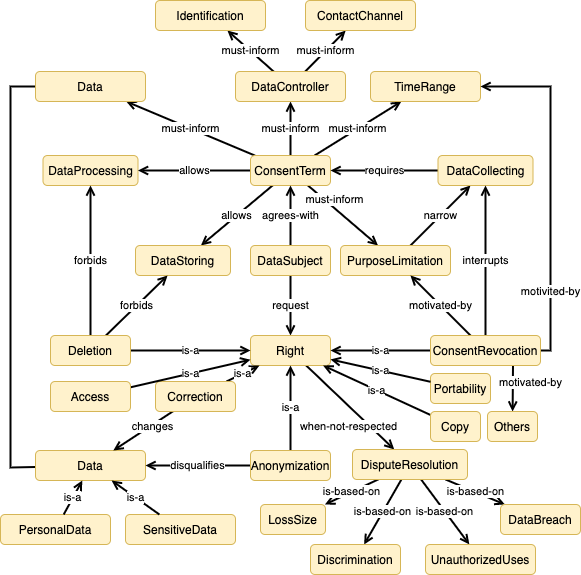
Before: img/LGPD_Ontology_Relationships.png, a diagram exported from draw.io (phalves/GoDReP). Source tidied: cells renumbered, new cells last; positions are measured from the earlier drawing's top-left corner, leaving out a move shared by most shapes. Source of this version:
```xml
<mxGraphModel background="#ffffff">
  <root>
    <mxCell id="0" />
    <mxCell id="1" parent="0" />
    <mxCell id="2" value="DataProcessing" style="rounded=1;whiteSpace=wrap;html=1;fillColor=#fff2cc;strokeColor=#d6b656;" parent="1" vertex="1">
      <mxGeometry x="42.5" y="155" width="95" height="30" as="geometry" />
    </mxCell>
    <mxCell id="3" value="must-inform" style="edgeStyle=none;rounded=0;jettySize=auto;html=1;endArrow=open;endFill=0;strokeWidth=2;" parent="1" edge="1" source="9" target="11">
      <mxGeometry x="-0.37" y="7" relative="1" as="geometry" />
    </mxCell>
    <mxCell id="4" value="must-inform" style="edgeStyle=none;rounded=0;jettySize=auto;html=1;endArrow=open;endFill=0;strokeWidth=2;" parent="1" edge="1" source="9" target="12">
      <mxGeometry relative="1" as="geometry" />
    </mxCell>
    <mxCell id="5" value="must-inform" style="edgeStyle=none;rounded=0;jettySize=auto;html=1;endArrow=open;endFill=0;strokeWidth=2;" parent="1" edge="1" source="9" target="15">
      <mxGeometry relative="1" as="geometry" />
    </mxCell>
    <mxCell id="6" value="must-inform" style="edgeStyle=none;rounded=0;jettySize=auto;html=1;endArrow=open;endFill=0;strokeWidth=2;" parent="1" edge="1" source="9" target="17">
      <mxGeometry relative="1" as="geometry" />
    </mxCell>
    <mxCell id="7" value="allows" style="edgeStyle=none;rounded=0;jettySize=auto;html=1;endArrow=open;endFill=0;strokeWidth=2;" parent="1" edge="1" source="9" target="2">
      <mxGeometry relative="1" as="geometry" />
    </mxCell>
    <mxCell id="8" value="allows" style="edgeStyle=none;rounded=0;jettySize=auto;html=1;endArrow=open;endFill=0;strokeWidth=2;" parent="1" edge="1" source="9" target="29">
      <mxGeometry relative="1" as="geometry" />
    </mxCell>
    <mxCell id="9" value="ConsentTerm" style="rounded=1;whiteSpace=wrap;html=1;fillColor=#fff2cc;strokeColor=#d6b656;" parent="1" vertex="1">
      <mxGeometry x="250" y="155" width="80" height="30" as="geometry" />
    </mxCell>
    <mxCell id="10" value="narrow" style="edgeStyle=none;rounded=0;jettySize=auto;html=1;endArrow=open;endFill=0;strokeWidth=2;" parent="1" edge="1" source="11" target="28">
      <mxGeometry relative="1" as="geometry" />
    </mxCell>
    <mxCell id="11" value="PurposeLimitation" style="rounded=1;whiteSpace=wrap;html=1;fillColor=#fff2cc;strokeColor=#d6b656;" parent="1" vertex="1">
      <mxGeometry x="340" y="245" width="110" height="30" as="geometry" />
    </mxCell>
    <mxCell id="12" value="TimeRange" style="rounded=1;whiteSpace=wrap;html=1;fillColor=#fff2cc;strokeColor=#d6b656;" parent="1" vertex="1">
      <mxGeometry x="370" y="71" width="110" height="30" as="geometry" />
    </mxCell>
    <mxCell id="13" value="must-inform" style="edgeStyle=none;rounded=0;jettySize=auto;html=1;endArrow=open;endFill=0;strokeWidth=2;" parent="1" edge="1" source="15" target="19">
      <mxGeometry relative="1" as="geometry" />
    </mxCell>
    <mxCell id="14" value="must-inform" style="edgeStyle=none;rounded=0;jettySize=auto;html=1;endArrow=open;endFill=0;strokeWidth=2;" parent="1" edge="1" source="15" target="20">
      <mxGeometry relative="1" as="geometry" />
    </mxCell>
    <mxCell id="15" value="DataController" style="rounded=1;whiteSpace=wrap;html=1;fillColor=#fff2cc;strokeColor=#d6b656;" parent="1" vertex="1">
      <mxGeometry x="235" y="71" width="110" height="30" as="geometry" />
    </mxCell>
    <mxCell id="16" style="edgeStyle=none;rounded=0;jettySize=auto;html=1;endArrow=none;endFill=0;strokeWidth=2;" parent="1" edge="1" source="17" target="21">
      <mxGeometry relative="1" as="geometry">
        <Array as="points">
          <mxPoint x="10" y="86" />
          <mxPoint x="10" y="467" />
        </Array>
      </mxGeometry>
    </mxCell>
    <mxCell id="17" value="Data" style="rounded=1;whiteSpace=wrap;html=1;fillColor=#fff2cc;strokeColor=#d6b656;" parent="1" vertex="1">
      <mxGeometry x="35" y="71" width="110" height="30" as="geometry" />
    </mxCell>
    <mxCell id="18" style="edgeStyle=none;rounded=0;orthogonalLoop=1;jettySize=auto;html=1;exitX=0.5;exitY=1;exitDx=0;exitDy=0;endArrow=open;endFill=0;strokeWidth=2;" parent="1" edge="1" source="17" target="17">
      <mxGeometry relative="1" as="geometry" />
    </mxCell>
    <mxCell id="19" value="Identification" style="rounded=1;whiteSpace=wrap;html=1;fillColor=#fff2cc;strokeColor=#d6b656;" parent="1" vertex="1">
      <mxGeometry x="155" width="110" height="30" as="geometry" />
    </mxCell>
    <mxCell id="20" value="ContactChannel" style="rounded=1;whiteSpace=wrap;html=1;fillColor=#fff2cc;strokeColor=#d6b656;" parent="1" vertex="1">
      <mxGeometry x="305" width="110" height="30" as="geometry" />
    </mxCell>
    <mxCell id="21" value="Data" style="rounded=1;whiteSpace=wrap;html=1;fillColor=#fff2cc;strokeColor=#d6b656;" parent="1" vertex="1">
      <mxGeometry x="35" y="450" width="110" height="30" as="geometry" />
    </mxCell>
    <mxCell id="22" value="request" style="edgeStyle=none;rounded=0;jettySize=auto;html=1;endArrow=open;endFill=0;strokeWidth=2;" parent="1" edge="1" source="24" target="26">
      <mxGeometry relative="1" as="geometry" />
    </mxCell>
    <mxCell id="23" value="agrees-with" style="edgeStyle=none;rounded=0;jettySize=auto;html=1;endArrow=open;endFill=0;strokeWidth=2;" parent="1" edge="1" source="24" target="9">
      <mxGeometry relative="1" as="geometry" />
    </mxCell>
    <mxCell id="24" value="DataSubject" style="rounded=1;whiteSpace=wrap;html=1;fillColor=#fff2cc;strokeColor=#d6b656;" parent="1" vertex="1">
      <mxGeometry x="250" y="245" width="80" height="30" as="geometry" />
    </mxCell>
    <mxCell id="25" value="when-not-respected" style="edgeStyle=none;rounded=0;jettySize=auto;html=1;endArrow=open;endFill=0;strokeWidth=2;" parent="1" edge="1" source="26" target="51">
      <mxGeometry x="0.2" y="-15" relative="1" as="geometry" />
    </mxCell>
    <mxCell id="26" value="Right" style="rounded=1;whiteSpace=wrap;html=1;fillColor=#fff2cc;strokeColor=#d6b656;" parent="1" vertex="1">
      <mxGeometry x="250" y="335" width="80" height="30" as="geometry" />
    </mxCell>
    <mxCell id="27" value="requires" style="edgeStyle=none;rounded=0;jettySize=auto;html=1;endArrow=open;endFill=0;strokeWidth=2;" parent="1" edge="1" source="28" target="9">
      <mxGeometry relative="1" as="geometry" />
    </mxCell>
    <mxCell id="28" value="DataCollecting" style="rounded=1;whiteSpace=wrap;html=1;fillColor=#fff2cc;strokeColor=#d6b656;" parent="1" vertex="1">
      <mxGeometry x="437.5" y="155" width="95" height="30" as="geometry" />
    </mxCell>
    <mxCell id="29" value="DataStoring" style="rounded=1;whiteSpace=wrap;html=1;fillColor=#fff2cc;strokeColor=#d6b656;" parent="1" vertex="1">
      <mxGeometry x="135" y="245" width="95" height="30" as="geometry" />
    </mxCell>
    <mxCell id="30" value="is-a" style="edgeStyle=none;rounded=0;jettySize=auto;html=1;endArrow=open;endFill=0;strokeWidth=2;" parent="1" edge="1" source="35" target="26">
      <mxGeometry relative="1" as="geometry" />
    </mxCell>
    <mxCell id="31" value="interrupts" style="edgeStyle=none;rounded=0;jettySize=auto;html=1;endArrow=open;endFill=0;strokeWidth=2;" parent="1" edge="1" source="35" target="28">
      <mxGeometry relative="1" as="geometry" />
    </mxCell>
    <mxCell id="32" value="motivated-by" style="edgeStyle=none;rounded=0;jettySize=auto;html=1;endArrow=open;endFill=0;strokeWidth=2;" parent="1" edge="1" source="35" target="11">
      <mxGeometry relative="1" as="geometry" />
    </mxCell>
    <mxCell id="33" value="motivited-by" style="edgeStyle=none;rounded=0;jettySize=auto;html=1;endArrow=open;endFill=0;strokeWidth=2;" parent="1" edge="1" source="35" target="12">
      <mxGeometry x="-0.6" relative="1" as="geometry">
        <Array as="points">
          <mxPoint x="550" y="350" />
          <mxPoint x="550" y="86" />
        </Array>
      </mxGeometry>
    </mxCell>
    <mxCell id="34" value="motivated-by" style="edgeStyle=none;rounded=0;jettySize=auto;html=1;endArrow=open;endFill=0;strokeWidth=2;exitX=0.75;exitY=1;exitDx=0;exitDy=0;" parent="1" edge="1" source="35" target="60">
      <mxGeometry x="-0.26" y="18" relative="1" as="geometry" />
    </mxCell>
    <mxCell id="35" value="ConsentRevocation" style="rounded=1;whiteSpace=wrap;html=1;fillColor=#fff2cc;strokeColor=#d6b656;" parent="1" vertex="1">
      <mxGeometry x="430" y="335" width="110" height="30" as="geometry" />
    </mxCell>
    <mxCell id="36" value="disqualifies" style="edgeStyle=none;rounded=0;jettySize=auto;html=1;endArrow=open;endFill=0;strokeWidth=2;" parent="1" edge="1" source="38" target="21">
      <mxGeometry relative="1" as="geometry" />
    </mxCell>
    <mxCell id="37" value="is-a" style="edgeStyle=none;rounded=0;jettySize=auto;html=1;endArrow=open;endFill=0;strokeWidth=2;" parent="1" edge="1" source="38" target="26">
      <mxGeometry relative="1" as="geometry" />
    </mxCell>
    <mxCell id="38" value="Anonymization" style="rounded=1;whiteSpace=wrap;html=1;fillColor=#fff2cc;strokeColor=#d6b656;" parent="1" vertex="1">
      <mxGeometry x="250" y="450" width="80" height="30" as="geometry" />
    </mxCell>
    <mxCell id="39" value="is-a" style="edgeStyle=none;rounded=0;jettySize=auto;html=1;endArrow=open;endFill=0;strokeWidth=2;" parent="1" edge="1" source="41" target="26">
      <mxGeometry relative="1" as="geometry" />
    </mxCell>
    <mxCell id="40" value="changes" style="edgeStyle=none;rounded=0;jettySize=auto;html=1;endArrow=open;endFill=0;strokeWidth=2;" parent="1" edge="1" source="41" target="21">
      <mxGeometry x="-0.29" y="2" relative="1" as="geometry" />
    </mxCell>
    <mxCell id="41" value="Correction" style="rounded=1;whiteSpace=wrap;html=1;fillColor=#fff2cc;strokeColor=#d6b656;" parent="1" vertex="1">
      <mxGeometry x="155" y="381" width="80" height="30" as="geometry" />
    </mxCell>
    <mxCell id="42" value="is-a" style="edgeStyle=none;rounded=0;jettySize=auto;html=1;endArrow=open;endFill=0;strokeWidth=2;" parent="1" edge="1" source="45" target="26">
      <mxGeometry relative="1" as="geometry" />
    </mxCell>
    <mxCell id="43" value="forbids" style="edgeStyle=none;rounded=0;jettySize=auto;html=1;endArrow=open;endFill=0;strokeWidth=2;" parent="1" edge="1" source="45" target="29">
      <mxGeometry relative="1" as="geometry" />
    </mxCell>
    <mxCell id="44" value="forbids" style="edgeStyle=none;rounded=0;jettySize=auto;html=1;endArrow=open;endFill=0;strokeWidth=2;" parent="1" edge="1" source="45" target="2">
      <mxGeometry relative="1" as="geometry" />
    </mxCell>
    <mxCell id="45" value="Deletion" style="rounded=1;whiteSpace=wrap;html=1;fillColor=#fff2cc;strokeColor=#d6b656;" parent="1" vertex="1">
      <mxGeometry x="50" y="335" width="80" height="30" as="geometry" />
    </mxCell>
    <mxCell id="46" style="edgeStyle=none;rounded=0;orthogonalLoop=1;jettySize=auto;html=1;exitX=0.5;exitY=0;exitDx=0;exitDy=0;endArrow=open;endFill=0;strokeWidth=2;" parent="1" edge="1" source="38" target="38">
      <mxGeometry relative="1" as="geometry" />
    </mxCell>
    <mxCell id="47" value="is-based-on" style="edgeStyle=none;rounded=0;jettySize=auto;html=1;endArrow=open;endFill=0;strokeWidth=2;" parent="1" edge="1" source="51" target="52">
      <mxGeometry relative="1" as="geometry" />
    </mxCell>
    <mxCell id="48" value="is-based-on" style="edgeStyle=none;rounded=0;jettySize=auto;html=1;endArrow=open;endFill=0;strokeWidth=2;" parent="1" edge="1" source="51" target="53">
      <mxGeometry relative="1" as="geometry" />
    </mxCell>
    <mxCell id="49" value="is-based-on" style="edgeStyle=none;rounded=0;jettySize=auto;html=1;endArrow=open;endFill=0;strokeWidth=2;" parent="1" edge="1" source="51" target="54">
      <mxGeometry relative="1" as="geometry" />
    </mxCell>
    <mxCell id="50" value="is-based-on" style="edgeStyle=none;rounded=0;jettySize=auto;html=1;endArrow=open;endFill=0;strokeWidth=2;" parent="1" edge="1" source="51" target="55">
      <mxGeometry relative="1" as="geometry" />
    </mxCell>
    <mxCell id="51" value="DisputeResolution" style="rounded=1;whiteSpace=wrap;html=1;fillColor=#fff2cc;strokeColor=#d6b656;" parent="1" vertex="1">
      <mxGeometry x="352" y="449" width="115" height="30" as="geometry" />
    </mxCell>
    <mxCell id="52" value="LossSize" style="rounded=1;whiteSpace=wrap;html=1;fillColor=#fff2cc;strokeColor=#d6b656;" parent="1" vertex="1">
      <mxGeometry x="260" y="504" width="65" height="30" as="geometry" />
    </mxCell>
    <mxCell id="53" value="Discrimination" style="rounded=1;whiteSpace=wrap;html=1;fillColor=#fff2cc;strokeColor=#d6b656;" parent="1" vertex="1">
      <mxGeometry x="310" y="544" width="90" height="30" as="geometry" />
    </mxCell>
    <mxCell id="54" value="UnauthorizedUses" style="rounded=1;whiteSpace=wrap;html=1;fillColor=#fff2cc;strokeColor=#d6b656;" parent="1" vertex="1">
      <mxGeometry x="425" y="544" width="110" height="30" as="geometry" />
    </mxCell>
    <mxCell id="55" value="DataBreach" style="rounded=1;whiteSpace=wrap;html=1;fillColor=#fff2cc;strokeColor=#d6b656;" parent="1" vertex="1">
      <mxGeometry x="500" y="504" width="80" height="30" as="geometry" />
    </mxCell>
    <mxCell id="56" value="is-a" style="edgeStyle=none;rounded=0;jettySize=auto;html=1;endArrow=open;endFill=0;strokeWidth=2;" parent="1" edge="1" source="57" target="26">
      <mxGeometry relative="1" as="geometry" />
    </mxCell>
    <mxCell id="57" value="Access" style="rounded=1;whiteSpace=wrap;html=1;fillColor=#fff2cc;strokeColor=#d6b656;" parent="1" vertex="1">
      <mxGeometry x="50" y="381" width="80" height="30" as="geometry" />
    </mxCell>
    <mxCell id="58" value="is-a" style="edgeStyle=none;rounded=0;jettySize=auto;html=1;endArrow=open;endFill=0;strokeWidth=2;" parent="1" edge="1" source="59" target="26">
      <mxGeometry relative="1" as="geometry" />
    </mxCell>
    <mxCell id="59" value="Copy" style="rounded=1;whiteSpace=wrap;html=1;fillColor=#fff2cc;strokeColor=#d6b656;" parent="1" vertex="1">
      <mxGeometry x="430" y="411" width="50" height="30" as="geometry" />
    </mxCell>
    <mxCell id="60" value="Others" style="rounded=1;whiteSpace=wrap;html=1;fillColor=#fff2cc;strokeColor=#d6b656;" parent="1" vertex="1">
      <mxGeometry x="487" y="411" width="50" height="30" as="geometry" />
    </mxCell>
    <mxCell id="61" value="PersonalData" style="rounded=1;whiteSpace=wrap;html=1;fillColor=#fff2cc;strokeColor=#d6b656;" parent="1" vertex="1">
      <mxGeometry y="514" width="110" height="30" as="geometry" />
    </mxCell>
    <mxCell id="62" value="SensitiveData" style="rounded=1;whiteSpace=wrap;html=1;fillColor=#fff2cc;strokeColor=#d6b656;" parent="1" vertex="1">
      <mxGeometry x="125" y="514" width="110" height="30" as="geometry" />
    </mxCell>
    <mxCell id="63" value="is-a" style="edgeStyle=none;rounded=0;jettySize=auto;html=1;endArrow=open;endFill=0;strokeWidth=2;" parent="1" edge="1" source="61" target="21">
      <mxGeometry relative="1" as="geometry" />
    </mxCell>
    <mxCell id="64" value="is-a" style="edgeStyle=none;rounded=0;jettySize=auto;html=1;endArrow=open;endFill=0;strokeWidth=2;" parent="1" edge="1" source="62" target="21">
      <mxGeometry relative="1" as="geometry" />
    </mxCell>
    <mxCell id="65" value="Portability" style="rounded=1;whiteSpace=wrap;html=1;fillColor=#fff2cc;strokeColor=#d6b656;" parent="1" vertex="1">
      <mxGeometry x="430" y="373" width="60" height="30" as="geometry" />
    </mxCell>
    <mxCell id="66" value="is-a" style="edgeStyle=none;rounded=0;jettySize=auto;html=1;endArrow=open;endFill=0;strokeWidth=2;" parent="1" edge="1" source="65" target="26">
      <mxGeometry relative="1" as="geometry" />
    </mxCell>
  </root>
</mxGraphModel>
```
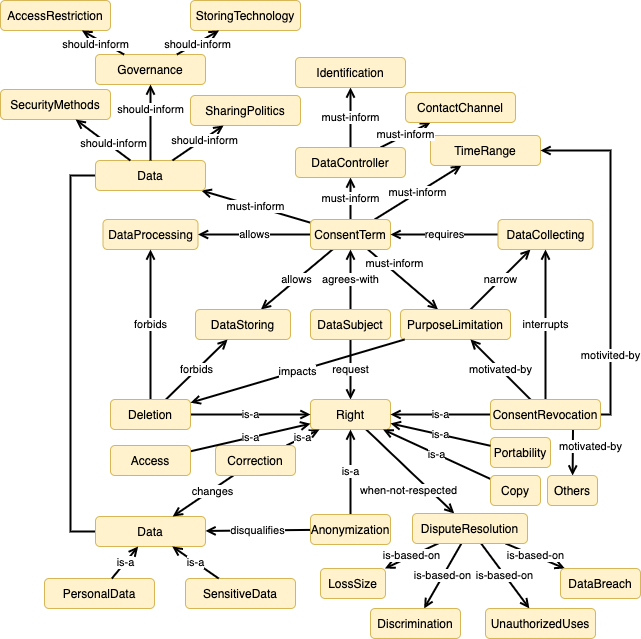
Later version of the same file.

What changed in the source:
```diff
@@ -42,30 +42,30 @@
       <mxGeometry relative="1" as="geometry" />
     </mxCell>
     <mxCell id="15" value="DataController" style="rounded=1;whiteSpace=wrap;html=1;fillColor=#fff2cc;strokeColor=#d6b656;" parent="1" vertex="1">
-      <mxGeometry x="235" y="71" width="110" height="30" as="geometry" />
+      <mxGeometry x="235" y="83" width="110" height="30" as="geometry" />
     </mxCell>
     <mxCell id="16" style="edgeStyle=none;rounded=0;jettySize=auto;html=1;endArrow=none;endFill=0;strokeWidth=2;" parent="1" edge="1" source="17" target="21">
       <mxGeometry relative="1" as="geometry">
         <Array as="points">
-          <mxPoint x="10" y="86" />
+          <mxPoint x="10" y="111" />
           <mxPoint x="10" y="467" />
         </Array>
       </mxGeometry>
     </mxCell>
     <mxCell id="17" value="Data" style="rounded=1;whiteSpace=wrap;html=1;fillColor=#fff2cc;strokeColor=#d6b656;" parent="1" vertex="1">
-      <mxGeometry x="35" y="71" width="110" height="30" as="geometry" />
+      <mxGeometry x="35" y="96" width="110" height="30" as="geometry" />
     </mxCell>
     <mxCell id="18" style="edgeStyle=none;rounded=0;orthogonalLoop=1;jettySize=auto;html=1;exitX=0.5;exitY=1;exitDx=0;exitDy=0;endArrow=open;endFill=0;strokeWidth=2;" parent="1" edge="1" source="17" target="17">
       <mxGeometry relative="1" as="geometry" />
     </mxCell>
     <mxCell id="19" value="Identification" style="rounded=1;whiteSpace=wrap;html=1;fillColor=#fff2cc;strokeColor=#d6b656;" parent="1" vertex="1">
-      <mxGeometry x="155" width="110" height="30" as="geometry" />
+      <mxGeometry x="235" y="-7" width="110" height="30" as="geometry" />
     </mxCell>
     <mxCell id="20" value="ContactChannel" style="rounded=1;whiteSpace=wrap;html=1;fillColor=#fff2cc;strokeColor=#d6b656;" parent="1" vertex="1">
-      <mxGeometry x="305" width="110" height="30" as="geometry" />
+      <mxGeometry x="345" y="28" width="110" height="30" as="geometry" />
     </mxCell>
     <mxCell id="21" value="Data" style="rounded=1;whiteSpace=wrap;html=1;fillColor=#fff2cc;strokeColor=#d6b656;" parent="1" vertex="1">
-      <mxGeometry x="35" y="450" width="110" height="30" as="geometry" />
+      <mxGeometry x="35" y="452" width="110" height="30" as="geometry" />
     </mxCell>
     <mxCell id="22" value="request" style="edgeStyle=none;rounded=0;jettySize=auto;html=1;endArrow=open;endFill=0;strokeWidth=2;" parent="1" edge="1" source="24" target="26">
       <mxGeometry relative="1" as="geometry" />
@@ -190,7 +190,7 @@
       <mxGeometry x="487" y="411" width="50" height="30" as="geometry" />
     </mxCell>
     <mxCell id="61" value="PersonalData" style="rounded=1;whiteSpace=wrap;html=1;fillColor=#fff2cc;strokeColor=#d6b656;" parent="1" vertex="1">
-      <mxGeometry y="514" width="110" height="30" as="geometry" />
+      <mxGeometry x="-16" y="514" width="110" height="30" as="geometry" />
     </mxCell>
     <mxCell id="62" value="SensitiveData" style="rounded=1;whiteSpace=wrap;html=1;fillColor=#fff2cc;strokeColor=#d6b656;" parent="1" vertex="1">
       <mxGeometry x="125" y="514" width="110" height="30" as="geometry" />
@@ -207,5 +207,38 @@
     <mxCell id="66" value="is-a" style="edgeStyle=none;rounded=0;jettySize=auto;html=1;endArrow=open;endFill=0;strokeWidth=2;" parent="1" edge="1" source="65" target="26">
       <mxGeometry relative="1" as="geometry" />
     </mxCell>
+    <mxCell id="67" value="SecurityMethods" style="rounded=1;whiteSpace=wrap;html=1;fillColor=#fff2cc;strokeColor=#d6b656;" parent="1" vertex="1">
+      <mxGeometry x="-60" y="25" width="110" height="30" as="geometry" />
+    </mxCell>
+    <mxCell id="68" value="Governance" style="rounded=1;whiteSpace=wrap;html=1;fillColor=#fff2cc;strokeColor=#d6b656;" parent="1" vertex="1">
+      <mxGeometry x="35" y="-10" width="110" height="30" as="geometry" />
+    </mxCell>
+    <mxCell id="69" value="SharingPolitics" style="rounded=1;whiteSpace=wrap;html=1;fillColor=#fff2cc;strokeColor=#d6b656;" parent="1" vertex="1">
+      <mxGeometry x="130" y="31" width="110" height="30" as="geometry" />
+    </mxCell>
+    <mxCell id="70" value="should-inform" style="edgeStyle=none;rounded=0;jettySize=auto;html=1;endArrow=open;endFill=0;strokeWidth=2;" parent="1" edge="1" source="17" target="69">
+      <mxGeometry x="0.21" y="-2" relative="1" as="geometry" />
+    </mxCell>
+    <mxCell id="71" value="should-inform" style="edgeStyle=none;rounded=0;jettySize=auto;html=1;endArrow=open;endFill=0;strokeWidth=2;" parent="1" edge="1" source="17" target="67">
+      <mxGeometry x="-0.31" y="-3" relative="1" as="geometry" />
+    </mxCell>
+    <mxCell id="72" value="should-inform" style="edgeStyle=none;rounded=0;jettySize=auto;html=1;endArrow=open;endFill=0;strokeWidth=2;" parent="1" edge="1" source="17" target="68">
+      <mxGeometry x="0.33" relative="1" as="geometry" />
+    </mxCell>
+    <mxCell id="73" value="AccessRestriction" style="rounded=1;whiteSpace=wrap;html=1;fillColor=#fff2cc;strokeColor=#d6b656;" parent="1" vertex="1">
+      <mxGeometry x="-60" y="-64" width="110" height="30" as="geometry" />
+    </mxCell>
+    <mxCell id="74" value="StoringTechnology" style="rounded=1;whiteSpace=wrap;html=1;fillColor=#fff2cc;strokeColor=#d6b656;" parent="1" vertex="1">
+      <mxGeometry x="130" y="-64" width="110" height="30" as="geometry" />
+    </mxCell>
+    <mxCell id="75" value="should-inform" style="edgeStyle=none;rounded=0;jettySize=auto;html=1;endArrow=open;endFill=0;strokeWidth=2;" parent="1" edge="1" source="68" target="73">
+      <mxGeometry x="0.25" y="6" relative="1" as="geometry" />
+    </mxCell>
+    <mxCell id="76" value="should-inform" style="edgeStyle=none;rounded=0;jettySize=auto;html=1;endArrow=open;endFill=0;strokeWidth=2;" parent="1" edge="1" source="68" target="74">
+      <mxGeometry x="-0.05" y="-2" relative="1" as="geometry" />
+    </mxCell>
+    <mxCell id="77" value="impacts" style="edgeStyle=none;rounded=0;jettySize=auto;html=1;endArrow=open;endFill=0;strokeWidth=2;" parent="1" edge="1" source="11" target="45">
+      <mxGeometry relative="1" as="geometry" />
+    </mxCell>
   </root>
 </mxGraphModel>
```
